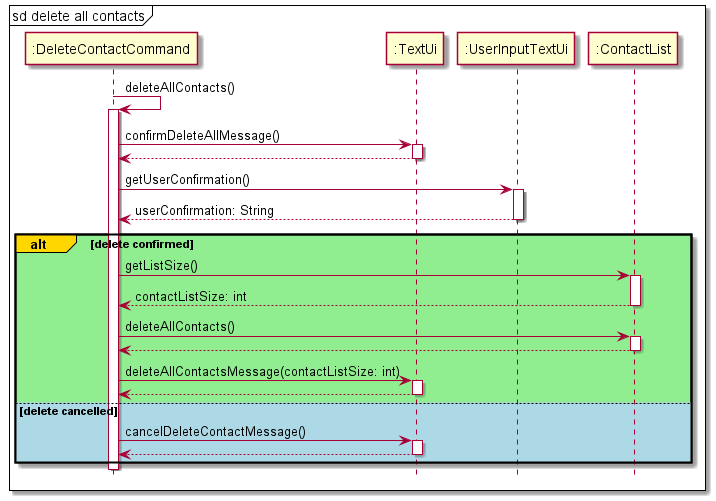
Above: docs/images/DeleteAllContacts.png in nus-cs2113-AY2122S1/tp (PlantUML), before the change.
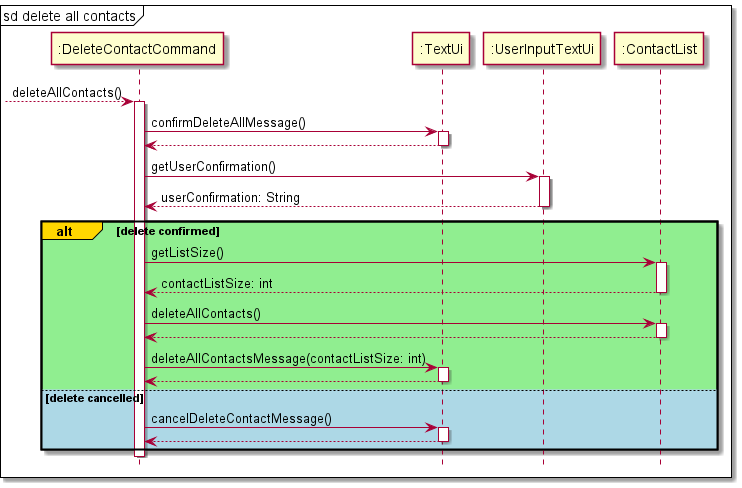
Above is the later version.

Change to the diagram source:
```diff
@@ -2,7 +2,7 @@
 hide footbox
 mainframe sd delete all contacts
 
-":DeleteContactCommand" -> ":DeleteContactCommand" : deleteAllContacts()
+-->":DeleteContactCommand":deleteAllContacts()
 activate ":DeleteContactCommand"
 
 ":DeleteContactCommand" -> ":TextUi" :confirmDeleteAllMessage()
```
